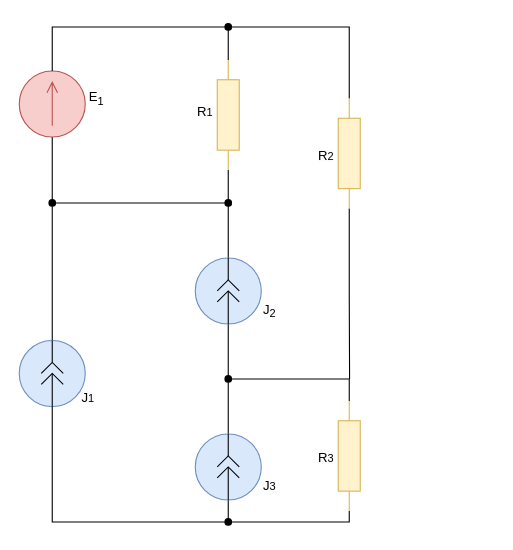
The draw.io diagram page "task_calc_resistance" (4 of 4) of lab1/lab1.drawio in nlrezortiez/eltex_23-24, before the edit. Source tidied: cells renumbered, new cells numbered last; positions are measured from the earlier drawing's top-left corner, leaving out a move shared by most shapes. Both pictures are drawn from the tidied source at 110%, with x=0, y=0 at pixel (19, 26).
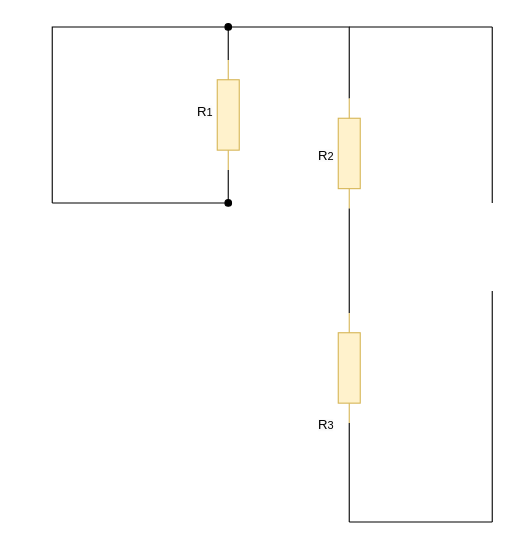
After the change.

The change refers to these unchanged cells:
```xml
<mxCell id="6" style="verticalLabelPosition=bottom;shadow=0;dashed=0;align=center;html=1;verticalAlign=top;shape=mxgraph.electrical.resistors.resistor_1;direction=south;fillColor=#fff2cc;strokeColor=#d6b656;" parent="1" vertex="1">
  <mxGeometry x="180" y="30" width="20" height="100" as="geometry" />
</mxCell>
<mxCell id="9" style="verticalLabelPosition=bottom;shadow=0;dashed=0;align=center;html=1;verticalAlign=top;shape=mxgraph.electrical.resistors.resistor_1;direction=south;fillColor=#fff2cc;strokeColor=#d6b656;" parent="1" vertex="1">
  <mxGeometry x="290" y="65" width="20" height="100" as="geometry" />
</mxCell>
```

Diff of the diagram source:
```diff
@@
-    <mxCell id="2" style="edgeStyle=orthogonalEdgeStyle;rounded=0;jettySize=auto;html=1;exitX=0;exitY=0.5;exitDx=0;exitDy=0;exitPerimeter=0;endArrow=none;endFill=0;" parent="1" edge="1" source="4">
-      <mxGeometry relative="1" as="geometry">
-        <mxPoint x="190" y="320" as="targetPoint" />
-        <Array as="points">
-          <mxPoint x="300" y="320" />
-        </Array>
-      </mxGeometry>
-    </mxCell>
-    <mxCell id="3" style="edgeStyle=orthogonalEdgeStyle;rounded=0;jettySize=auto;html=1;exitX=1;exitY=0.5;exitDx=0;exitDy=0;exitPerimeter=0;endArrow=oval;endFill=1;" parent="1" edge="1" source="4">
-      <mxGeometry relative="1" as="geometry">
-        <mxPoint x="190" y="450" as="targetPoint" />
-        <Array as="points">
-          <mxPoint x="300" y="450" />
-        </Array>
-      </mxGeometry>
-    </mxCell>
     <mxCell id="4" style="verticalLabelPosition=bottom;shadow=0;dashed=0;align=center;html=1;verticalAlign=top;shape=mxgraph.electrical.resistors.resistor_1;direction=south;fillColor=#fff2cc;strokeColor=#d6b656;" parent="1" vertex="1">
-      <mxGeometry x="290" y="340" width="20" height="100" as="geometry" />
+      <mxGeometry x="290" y="260" width="20" height="100" as="geometry" />
     </mxCell>
@@
-    <mxCell id="8" style="edgeStyle=orthogonalEdgeStyle;rounded=0;jettySize=auto;html=1;exitX=1;exitY=0.5;exitDx=0;exitDy=0;exitPerimeter=0;endArrow=none;endFill=0;" parent="1" edge="1" source="9">
-      <mxGeometry relative="1" as="geometry">
-        <mxPoint x="300.3" y="320" as="targetPoint" />
-      </mxGeometry>
-    </mxCell>
@@
-    <mxCell id="10" style="edgeStyle=orthogonalEdgeStyle;rounded=0;orthogonalLoop=1;jettySize=auto;html=1;exitX=1;exitY=0.5;exitDx=0;exitDy=0;exitPerimeter=0;endArrow=oval;endFill=1;" parent="1" edge="1">
-      <mxGeometry relative="1" as="geometry">
-        <mxPoint x="30" y="285" as="sourcePoint" />
-        <mxPoint x="30" y="160" as="targetPoint" />
-      </mxGeometry>
-    </mxCell>
-    <mxCell id="11" value="E&lt;sub&gt;1&lt;/sub&gt;" style="text;html=1;align=center;verticalAlign=middle;strokeColor=none;fillColor=none;" parent="1" vertex="1">
-      <mxGeometry x="50" y="50" width="40" height="30" as="geometry" />
-    </mxCell>
-    <mxCell id="12" value="&lt;sub style=&quot;border-color: var(--border-color); color: rgb(0, 0, 0); font-family: Helvetica; font-style: normal; font-variant-ligatures: normal; font-variant-caps: normal; font-weight: 400; letter-spacing: normal; orphans: 2; text-align: center; text-indent: 0px; text-transform: none; widows: 2; word-spacing: 0px; -webkit-text-stroke-width: 0px; background-color: rgb(251, 251, 251); text-decoration-thickness: initial; text-decoration-style: initial; text-decoration-color: initial;&quot;&gt;&lt;span style=&quot;font-size: 12px;&quot;&gt;J&lt;/span&gt;1&lt;/sub&gt;" style="text;whiteSpace=wrap;html=1;" parent="1" vertex="1">
-      <mxGeometry x="55" y="320" width="30" height="25" as="geometry" />
-    </mxCell>
-    <mxCell id="13" value="&lt;sub style=&quot;border-color: var(--border-color); color: rgb(0, 0, 0); font-family: Helvetica; font-style: normal; font-variant-ligatures: normal; font-variant-caps: normal; font-weight: 400; letter-spacing: normal; orphans: 2; text-align: center; text-indent: 0px; text-transform: none; widows: 2; word-spacing: 0px; -webkit-text-stroke-width: 0px; background-color: rgb(251, 251, 251); text-decoration-thickness: initial; text-decoration-style: initial; text-decoration-color: initial;&quot;&gt;&lt;span style=&quot;font-size: 12px;&quot;&gt;J&lt;sub&gt;2&lt;/sub&gt;&lt;/span&gt;&lt;/sub&gt;" style="text;whiteSpace=wrap;html=1;" parent="1" vertex="1">
-      <mxGeometry x="220" y="240" width="50" height="40" as="geometry" />
-    </mxCell>
-    <mxCell id="14" value="&lt;sub style=&quot;border-color: var(--border-color); color: rgb(0, 0, 0); font-family: Helvetica; font-style: normal; font-variant-ligatures: normal; font-variant-caps: normal; font-weight: 400; letter-spacing: normal; orphans: 2; text-align: center; text-indent: 0px; text-transform: none; widows: 2; word-spacing: 0px; -webkit-text-stroke-width: 0px; background-color: rgb(251, 251, 251); text-decoration-thickness: initial; text-decoration-style: initial; text-decoration-color: initial;&quot;&gt;&lt;span style=&quot;font-size: 12px;&quot;&gt;J&lt;/span&gt;3&lt;/sub&gt;" style="text;whiteSpace=wrap;html=1;" parent="1" vertex="1">
-      <mxGeometry x="220" y="400" width="20" height="30" as="geometry" />
-    </mxCell>
@@
     <mxCell id="17" value="&lt;sub style=&quot;border-color: var(--border-color); color: rgb(0, 0, 0); font-family: Helvetica; font-style: normal; font-variant-ligatures: normal; font-variant-caps: normal; font-weight: 400; letter-spacing: normal; orphans: 2; text-align: center; text-indent: 0px; text-transform: none; widows: 2; word-spacing: 0px; -webkit-text-stroke-width: 0px; background-color: rgb(251, 251, 251); text-decoration-thickness: initial; text-decoration-style: initial; text-decoration-color: initial;&quot;&gt;&lt;span style=&quot;font-size: 12px;&quot;&gt;R&lt;/span&gt;3&lt;/sub&gt;" style="text;whiteSpace=wrap;html=1;" parent="1" vertex="1">
-      <mxGeometry x="270" y="375" width="20" height="25" as="geometry" />
+      <mxGeometry x="270" y="345" width="20" height="25" as="geometry" />
     </mxCell>
-    <mxCell id="18" style="edgeStyle=orthogonalEdgeStyle;rounded=0;jettySize=auto;html=1;exitX=0;exitY=0.5;exitDx=0;exitDy=0;exitPerimeter=0;endArrow=none;endFill=0;" parent="1" edge="1" source="19">
+    <mxCell id="18" style="edgeStyle=orthogonalEdgeStyle;rounded=0;orthogonalLoop=1;jettySize=auto;html=1;exitX=0;exitY=0.5;exitDx=0;exitDy=0;exitPerimeter=0;endArrow=none;endFill=0;" parent="1" edge="1">
       <mxGeometry relative="1" as="geometry">
+        <mxPoint x="30" y="100" as="sourcePoint" />
         <mxPoint x="30" y="160" as="targetPoint" />
       </mxGeometry>
     </mxCell>
-    <mxCell id="19" style="verticalLabelPosition=bottom;shadow=0;dashed=0;align=center;html=1;verticalAlign=top;shape=mxgraph.electrical.signal_sources.source;points=[[0.5,0,0],[1,0.5,0],[0.5,1,0],[0,0.5,0]];elSignalType=dc1;direction=north;fillColor=#f8cecc;strokeColor=#b85450;" parent="1" vertex="1">
-      <mxGeometry y="40" width="60" height="60" as="geometry" />
-    </mxCell>
-    <mxCell id="20" style="edgeStyle=orthogonalEdgeStyle;rounded=0;jettySize=auto;html=1;exitX=1;exitY=0.5;exitDx=0;exitDy=0;exitPerimeter=0;entryX=0;entryY=0.5;entryDx=0;entryDy=0;entryPerimeter=0;endArrow=none;endFill=0;" parent="1" edge="1" source="19" target="6">
+    <mxCell id="20" style="edgeStyle=orthogonalEdgeStyle;rounded=0;jettySize=auto;html=1;exitX=1;exitY=0.5;exitDx=0;exitDy=0;exitPerimeter=0;entryX=0;entryY=0.5;entryDx=0;entryDy=0;entryPerimeter=0;endArrow=none;endFill=0;" parent="1" edge="1" target="6">
       <mxGeometry relative="1" as="geometry">
+        <mxPoint x="30" y="40" as="sourcePoint" />
         <Array as="points">
           <mxPoint x="30" />
           <mxPoint x="190" />
         </Array>
       </mxGeometry>
     </mxCell>
-    <mxCell id="21" style="ellipse;whiteSpace=wrap;html=1;fillColor=#dae8fc;strokeColor=#6c8ebf;" parent="1" vertex="1">
-      <mxGeometry y="285" width="60" height="60" as="geometry" />
-    </mxCell>
-    <mxCell id="22" style="verticalLabelPosition=bottom;shadow=0;dashed=0;align=center;html=1;verticalAlign=top;shape=mxgraph.electrical.miscellaneous.plug_socket_connection;" parent="1" vertex="1">
-      <mxGeometry x="20" y="305" width="20" height="20" as="geometry" />
-    </mxCell>
-    <mxCell id="23" style="endArrow=none;html=1;rounded=0;exitX=0.5;exitY=1;exitDx=0;exitDy=0;entryX=0.5;entryY=0.5;entryDx=0;entryDy=0;entryPerimeter=0;" parent="1" edge="1" source="21" target="22">
-      <mxGeometry relative="1" as="geometry" />
-    </mxCell>
-    <mxCell id="24" style="endArrow=none;html=1;rounded=0;exitX=0.5;exitY=0;exitDx=0;exitDy=0;entryX=0.5;entryY=0;entryDx=0;entryDy=0;exitPerimeter=0;" parent="1" edge="1" source="22" target="21">
-      <mxGeometry relative="1" as="geometry" />
-    </mxCell>
-    <mxCell id="25" style="edgeStyle=orthogonalEdgeStyle;rounded=0;jettySize=auto;html=1;exitX=0.5;exitY=1;exitDx=0;exitDy=0;entryX=0.5;entryY=1;entryDx=0;entryDy=0;endArrow=none;endFill=0;" parent="1" edge="1" source="27" target="21">
-      <mxGeometry relative="1" as="geometry" />
-    </mxCell>
-    <mxCell id="26" style="edgeStyle=orthogonalEdgeStyle;rounded=0;jettySize=auto;html=1;exitX=0.5;exitY=0;exitDx=0;exitDy=0;endArrow=oval;endFill=1;" parent="1" edge="1" source="27">
-      <mxGeometry relative="1" as="geometry">
-        <mxPoint x="190" y="320" as="targetPoint" />
-      </mxGeometry>
-    </mxCell>
-    <mxCell id="27" style="ellipse;whiteSpace=wrap;html=1;fillColor=#dae8fc;strokeColor=#6c8ebf;" parent="1" vertex="1">
-      <mxGeometry x="160" y="370" width="60" height="60" as="geometry" />
-    </mxCell>
-    <mxCell id="28" style="verticalLabelPosition=bottom;shadow=0;dashed=0;align=center;html=1;verticalAlign=top;shape=mxgraph.electrical.miscellaneous.plug_socket_connection;" parent="1" vertex="1">
-      <mxGeometry x="180" y="390" width="20" height="20" as="geometry" />
-    </mxCell>
-    <mxCell id="29" style="endArrow=none;html=1;rounded=0;exitX=0.5;exitY=1;exitDx=0;exitDy=0;entryX=0.5;entryY=0.5;entryDx=0;entryDy=0;entryPerimeter=0;" parent="1" edge="1" source="27" target="28">
-      <mxGeometry relative="1" as="geometry" />
-    </mxCell>
-    <mxCell id="30" style="endArrow=none;html=1;rounded=0;exitX=0.5;exitY=0;exitDx=0;exitDy=0;entryX=0.5;entryY=0;entryDx=0;entryDy=0;exitPerimeter=0;" parent="1" edge="1" source="28" target="27">
-      <mxGeometry relative="1" as="geometry" />
-    </mxCell>
-    <mxCell id="31" style="edgeStyle=orthogonalEdgeStyle;rounded=0;jettySize=auto;html=1;exitX=0.5;exitY=1;exitDx=0;exitDy=0;endArrow=none;endFill=0;" parent="1" edge="1" source="33">
-      <mxGeometry relative="1" as="geometry">
-        <mxPoint x="190" y="320" as="targetPoint" />
-      </mxGeometry>
-    </mxCell>
-    <mxCell id="32" style="edgeStyle=orthogonalEdgeStyle;rounded=0;jettySize=auto;html=1;exitX=0.5;exitY=0;exitDx=0;exitDy=0;endArrow=none;endFill=0;" parent="1" edge="1" source="33">
-      <mxGeometry relative="1" as="geometry">
-        <mxPoint x="30" y="160" as="targetPoint" />
-        <Array as="points">
-          <mxPoint x="190" y="160" />
-        </Array>
-      </mxGeometry>
-    </mxCell>
-    <mxCell id="33" style="ellipse;whiteSpace=wrap;html=1;fillColor=#dae8fc;strokeColor=#6c8ebf;" parent="1" vertex="1">
-      <mxGeometry x="160" y="210" width="60" height="60" as="geometry" />
-    </mxCell>
-    <mxCell id="34" style="verticalLabelPosition=bottom;shadow=0;dashed=0;align=center;html=1;verticalAlign=top;shape=mxgraph.electrical.miscellaneous.plug_socket_connection;" parent="1" vertex="1">
-      <mxGeometry x="180" y="230" width="20" height="20" as="geometry" />
-    </mxCell>
-    <mxCell id="35" style="endArrow=none;html=1;rounded=0;exitX=0.5;exitY=1;exitDx=0;exitDy=0;entryX=0.5;entryY=0.5;entryDx=0;entryDy=0;entryPerimeter=0;" parent="1" edge="1" source="33" target="34">
-      <mxGeometry relative="1" as="geometry" />
-    </mxCell>
-    <mxCell id="36" style="endArrow=none;html=1;rounded=0;exitX=0.5;exitY=0;exitDx=0;exitDy=0;entryX=0.5;entryY=0;entryDx=0;entryDy=0;exitPerimeter=0;" parent="1" edge="1" source="34" target="33">
-      <mxGeometry relative="1" as="geometry" />
-    </mxCell>
+    <mxCell id="37" style="endArrow=none;html=1;rounded=0;" parent="1" edge="1">
+      <mxGeometry relative="1" as="geometry">
+        <mxPoint x="30" y="100" as="sourcePoint" />
+        <mxPoint x="30" y="40" as="targetPoint" />
+      </mxGeometry>
+    </mxCell>
+    <mxCell id="38" style="endArrow=none;html=1;rounded=0;" parent="1" edge="1">
+      <mxGeometry relative="1" as="geometry">
+        <mxPoint x="30" y="160" as="sourcePoint" />
+        <mxPoint x="190" y="160" as="targetPoint" />
+      </mxGeometry>
+    </mxCell>
+    <mxCell id="39" style="endArrow=none;html=1;rounded=0;exitX=0;exitY=0.5;exitDx=0;exitDy=0;exitPerimeter=0;entryX=1;entryY=0.5;entryDx=0;entryDy=0;entryPerimeter=0;" parent="1" edge="1" source="4" target="9">
+      <mxGeometry relative="1" as="geometry" />
+    </mxCell>
+    <mxCell id="40" style="endArrow=none;html=1;rounded=0;" parent="1" edge="1">
+      <mxGeometry relative="1" as="geometry">
+        <mxPoint x="300" as="sourcePoint" />
+        <mxPoint x="430" as="targetPoint" />
+      </mxGeometry>
+    </mxCell>
+    <mxCell id="41" style="endArrow=none;html=1;rounded=0;" parent="1" edge="1">
+      <mxGeometry relative="1" as="geometry">
+        <mxPoint x="300" y="450" as="sourcePoint" />
+        <mxPoint x="430" y="450" as="targetPoint" />
+      </mxGeometry>
+    </mxCell>
+    <mxCell id="42" style="endArrow=none;html=1;rounded=0;" parent="1" edge="1">
+      <mxGeometry relative="1" as="geometry">
+        <mxPoint x="430" y="160" as="sourcePoint" />
+        <mxPoint x="430" as="targetPoint" />
+      </mxGeometry>
+    </mxCell>
+    <mxCell id="43" style="endArrow=none;html=1;rounded=0;" parent="1" edge="1">
+      <mxGeometry relative="1" as="geometry">
+        <mxPoint x="430" y="450" as="sourcePoint" />
+        <mxPoint x="430" y="240" as="targetPoint" />
+      </mxGeometry>
+    </mxCell>
+    <mxCell id="44" style="endArrow=none;html=1;rounded=0;exitX=1;exitY=0.5;exitDx=0;exitDy=0;exitPerimeter=0;" parent="1" edge="1" source="4">
+      <mxGeometry relative="1" as="geometry">
+        <mxPoint x="300" y="450" as="targetPoint" />
+      </mxGeometry>
+    </mxCell>
```
